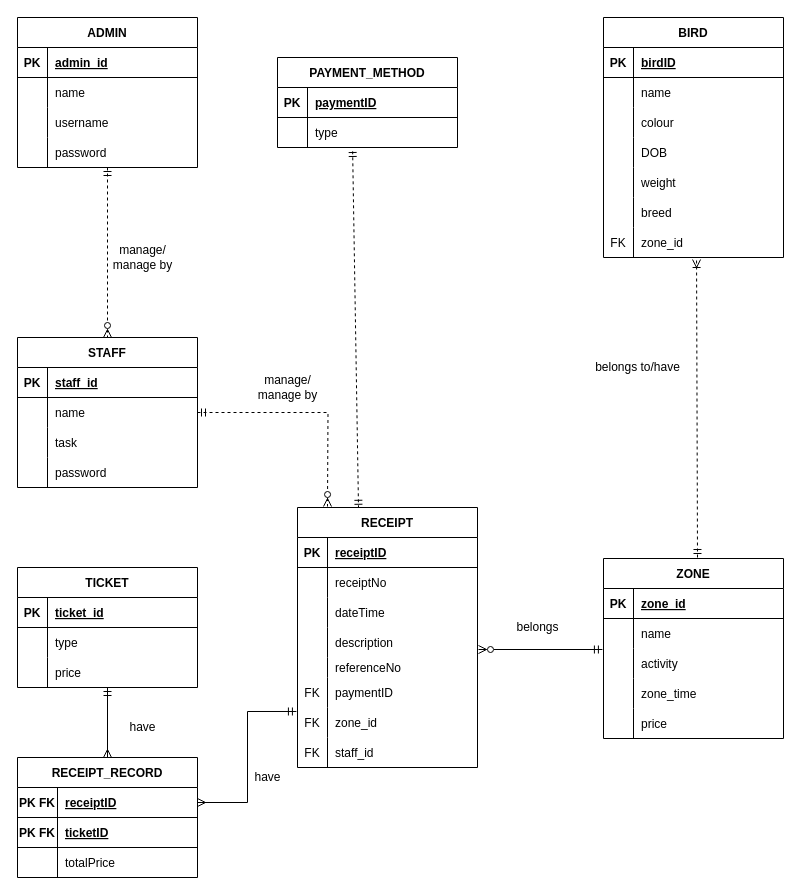
Earlier version of the draw.io diagram page "Page-8" (1 of 8) of Exercise1ClassDiagram.drawio (abby18abby/week-2-class-diagram). Source tidied: cells renumbered, new cells numbered last; positions are measured from the earlier drawing's top-left corner, leaving out a move shared by most shapes. Both pictures are drawn from the tidied source at 100%, with x=0, y=0 at pixel (17, 17).
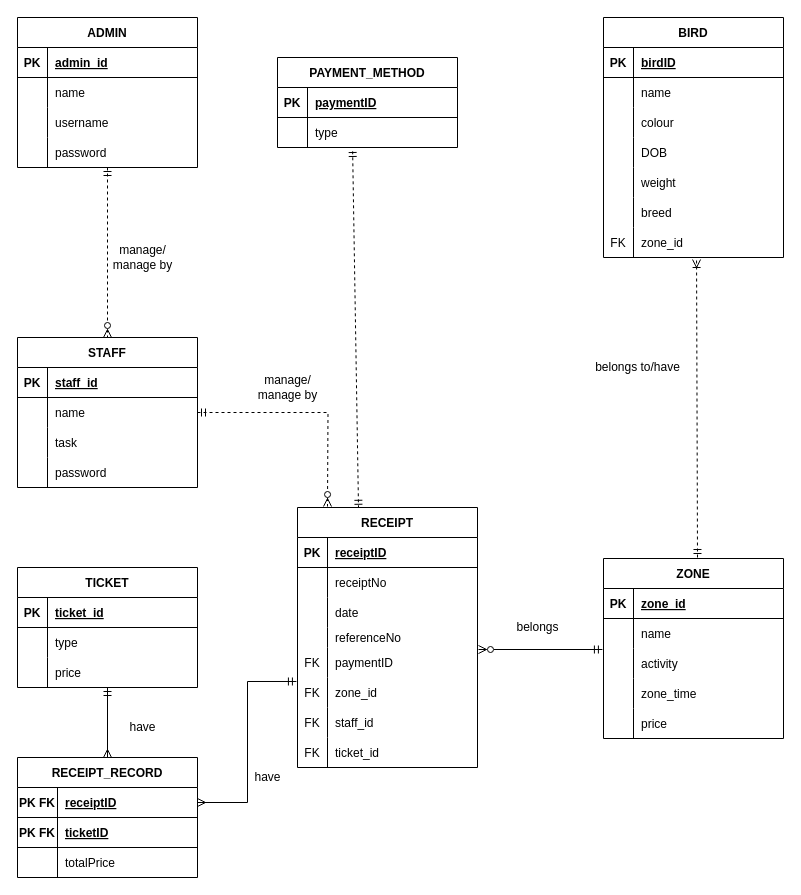
The same page after the edit.

Unchanged cells that the change refers to:
```xml
<mxCell id="88" value="RECEIPT" style="shape=table;startSize=30;childLayout=tableLayout;rowLines=0;fontStyle=1;align=center;" parent="1" vertex="1">
  <mxGeometry x="280" y="490" width="180" height="260" as="geometry" />
</mxCell>
<mxCell id="95" style="shape=tableRow;horizontal=0;startSize=0;swimlaneHead=0;swimlaneBody=0;fillColor=none;top=0;left=0;right=0;bottom=0;" parent="88" vertex="1">
  <mxGeometry y="90" width="180" height="30" as="geometry" />
</mxCell>
```

The edit, as a diff of the source:
```diff
@@
-    <mxCell id="97" value="dateTime" style="shape=partialRectangle;fillColor=none;top=0;left=0;bottom=0;right=0;align=left;spacingLeft=6;overflow=hidden;" parent="95" vertex="1">
+    <mxCell id="97" value="date" style="shape=partialRectangle;fillColor=none;top=0;left=0;bottom=0;right=0;align=left;spacingLeft=6;overflow=hidden;" parent="95" vertex="1">
       <mxGeometry x="30" width="150" height="30" as="geometry" />
     </mxCell>
-    <mxCell id="98" style="shape=tableRow;horizontal=0;startSize=0;swimlaneHead=0;swimlaneBody=0;fillColor=none;top=0;left=0;right=0;bottom=0;" parent="88" vertex="1">
-      <mxGeometry y="120" width="180" height="30" as="geometry" />
-    </mxCell>
-    <mxCell id="99" style="shape=partialRectangle;fillColor=none;top=0;left=0;bottom=0;right=0;overflow=hidden;" parent="98" vertex="1">
-      <mxGeometry width="30" height="30" as="geometry" />
-    </mxCell>
-    <mxCell id="100" value="description" style="shape=partialRectangle;fillColor=none;top=0;left=0;bottom=0;right=0;align=left;spacingLeft=6;overflow=hidden;" parent="98" vertex="1">
-      <mxGeometry x="30" width="150" height="30" as="geometry" />
-    </mxCell>
     <mxCell id="101" style="shape=tableRow;horizontal=0;startSize=0;swimlaneHead=0;swimlaneBody=0;fillColor=none;top=0;left=0;right=0;bottom=0;" parent="88" vertex="1">
-      <mxGeometry y="150" width="180" height="20" as="geometry" />
+      <mxGeometry y="120" width="180" height="20" as="geometry" />
     </mxCell>
@@
     <mxCell id="104" style="shape=tableRow;horizontal=0;startSize=0;swimlaneHead=0;swimlaneBody=0;fillColor=none;top=0;left=0;right=0;bottom=0;" parent="88" vertex="1">
-      <mxGeometry y="170" width="180" height="30" as="geometry" />
+      <mxGeometry y="140" width="180" height="30" as="geometry" />
     </mxCell>
@@
     <mxCell id="107" style="shape=tableRow;horizontal=0;startSize=0;swimlaneHead=0;swimlaneBody=0;fillColor=none;points=[[0,0.5],[1,0.5]];portConstraint=eastwest;top=0;left=0;right=0;bottom=0;" parent="88" vertex="1">
-      <mxGeometry y="200" width="180" height="30" as="geometry" />
+      <mxGeometry y="170" width="180" height="30" as="geometry" />
     </mxCell>
@@
     <mxCell id="110" style="shape=tableRow;horizontal=0;startSize=0;swimlaneHead=0;swimlaneBody=0;fillColor=none;top=0;left=0;right=0;bottom=0;" parent="88" vertex="1">
-      <mxGeometry y="230" width="180" height="30" as="geometry" />
+      <mxGeometry y="200" width="180" height="30" as="geometry" />
     </mxCell>
@@
+    <mxCell id="131" style="shape=tableRow;horizontal=0;startSize=0;swimlaneHead=0;swimlaneBody=0;fillColor=none;top=0;left=0;right=0;bottom=0;" parent="88" vertex="1">
+      <mxGeometry y="230" width="180" height="30" as="geometry" />
+    </mxCell>
+    <mxCell id="132" value="FK" style="shape=partialRectangle;fillColor=none;top=0;left=0;bottom=0;right=0;overflow=hidden;" parent="131" vertex="1">
+      <mxGeometry width="30" height="30" as="geometry" />
+    </mxCell>
+    <mxCell id="133" value="ticket_id" style="shape=partialRectangle;fillColor=none;top=0;left=0;bottom=0;right=0;align=left;spacingLeft=6;overflow=hidden;" parent="131" vertex="1">
+      <mxGeometry x="30" width="150" height="30" as="geometry" />
+    </mxCell>
```
